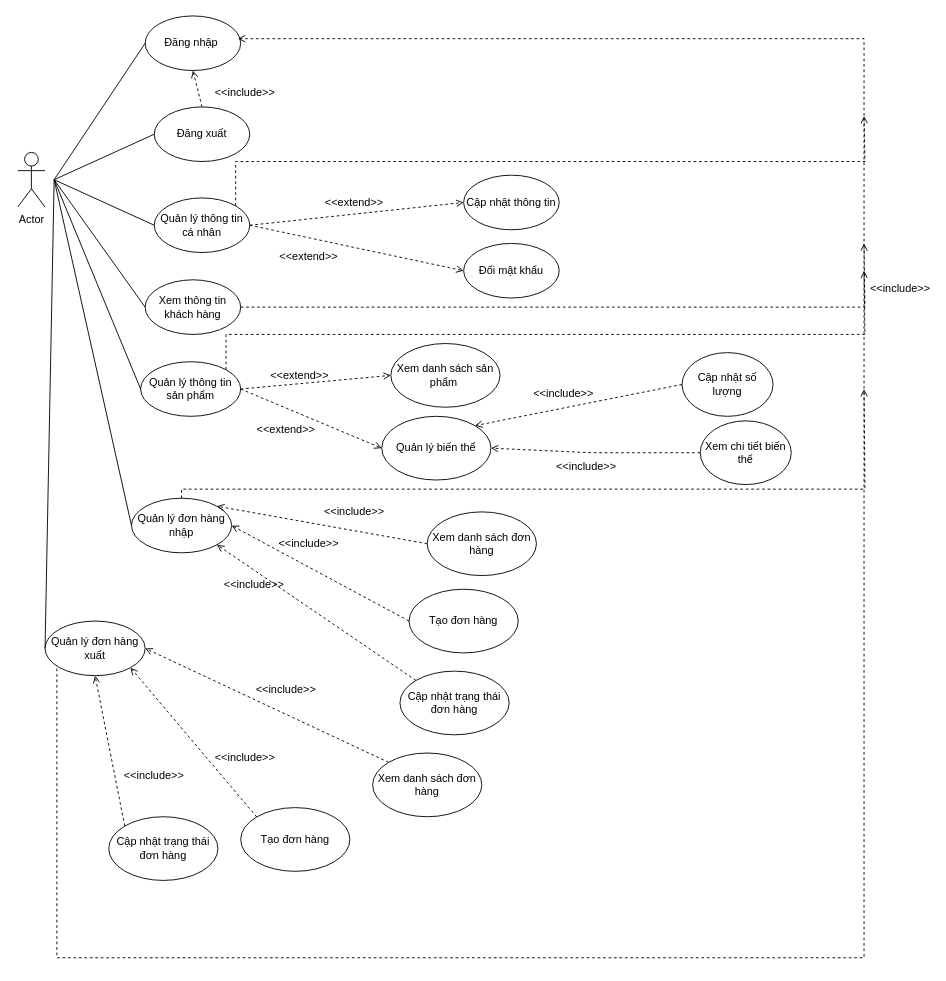
Before: page "Chức năng nhân viên" (8 of 21) of Diagram for assign.drawio in khanh8603/khanh8603, a draw.io diagram. Source tidied: cells renumbered, new cells numbered last; positions are measured from the earlier drawing's top-left corner, leaving out a move shared by most shapes. Both pictures are drawn from the tidied source at 91%, with x=0, y=0 at pixel (17, 15).
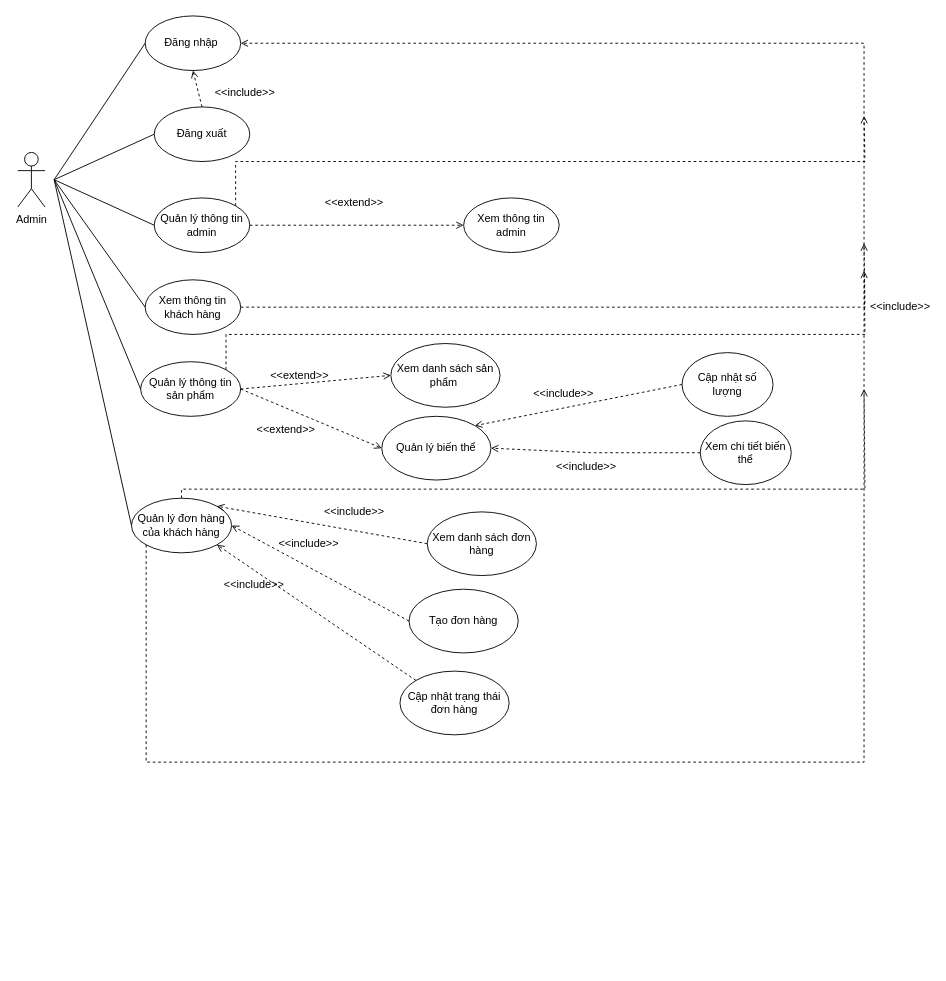
The same diagram, later.

Commit message (it also covers changes not shown here):
Cập nhật Diagram for assign.drawio

Unchanged cells that the change refers to:
```xml
<mxCell id="3" value="Đăng nhập&amp;nbsp;" style="ellipse;whiteSpace=wrap;html=1;" parent="1" vertex="1">
  <mxGeometry x="140" width="105" height="60" as="geometry" />
</mxCell>
```

Change to the diagram source:
```diff
@@
-    <mxCell id="2" value="Actor" style="shape=umlActor;verticalLabelPosition=bottom;verticalAlign=top;html=1;" parent="1" vertex="1">
+    <mxCell id="2" value="Admin" style="shape=umlActor;verticalLabelPosition=bottom;verticalAlign=top;html=1;" parent="1" vertex="1">
       <mxGeometry y="150" width="30" height="60" as="geometry" />
     </mxCell>
@@
-    <mxCell id="5" value="Quản lý thông tin cá nhân" style="ellipse;whiteSpace=wrap;html=1;" parent="1" vertex="1">
+    <mxCell id="5" value="Quản lý thông tin admin" style="ellipse;whiteSpace=wrap;html=1;" parent="1" vertex="1">
       <mxGeometry x="150" y="200" width="105" height="60" as="geometry" />
     </mxCell>
@@
-    <mxCell id="11" value="Quản lý đơn hàng nhập" style="ellipse;whiteSpace=wrap;html=1;" parent="1" vertex="1">
+    <mxCell id="11" value="Quản lý đơn hàng của khách hàng" style="ellipse;whiteSpace=wrap;html=1;" parent="1" vertex="1">
       <mxGeometry x="125" y="530" width="110" height="60" as="geometry" />
     </mxCell>
-    <mxCell id="12" style="edgeStyle=orthogonalEdgeStyle;rounded=0;orthogonalLoop=1;jettySize=auto;html=1;exitX=0;exitY=1;exitDx=0;exitDy=0;entryX=1;entryY=0.5;entryDx=0;entryDy=0;dashed=1;endArrow=open;endFill=0;" parent="1" edge="1">
+    <mxCell id="12" style="edgeStyle=orthogonalEdgeStyle;rounded=0;jettySize=auto;html=1;exitX=0;exitY=1;exitDx=0;exitDy=0;entryX=1;entryY=0.5;entryDx=0;entryDy=0;dashed=1;endArrow=open;endFill=0;" parent="1" edge="1" source="11" target="3">
       <mxGeometry relative="1" as="geometry">
-        <mxPoint x="43" y="711.2" as="sourcePoint" />
-        <mxPoint x="241.9" y="25" as="targetPoint" />
         <Array as="points">
-          <mxPoint x="43" y="1035" />
-          <mxPoint x="930" y="1035" />
-          <mxPoint x="930" y="25" />
+          <mxPoint x="141" y="820" />
+          <mxPoint x="930" y="820" />
+          <mxPoint x="930" y="30" />
         </Array>
       </mxGeometry>
     </mxCell>
-    <mxCell id="13" value="Quản lý đơn hàng xuất" style="ellipse;whiteSpace=wrap;html=1;" parent="1" vertex="1">
-      <mxGeometry x="30" y="665" width="110" height="60" as="geometry" />
-    </mxCell>
@@
-    <mxCell id="20" style="endArrow=none;html=1;rounded=0;exitX=0;exitY=0.5;exitDx=0;exitDy=0;" parent="1" edge="1" source="13">
-      <mxGeometry relative="1" as="geometry">
-        <mxPoint x="40" y="180" as="targetPoint" />
-      </mxGeometry>
-    </mxCell>
@@
-    <mxCell id="22" style="endArrow=open;html=1;rounded=0;exitX=1;exitY=0.5;exitDx=0;exitDy=0;entryX=0;entryY=0.5;entryDx=0;entryDy=0;dashed=1;endFill=0;" parent="1" edge="1" source="5" target="24">
-      <mxGeometry relative="1" as="geometry" />
-    </mxCell>
-    <mxCell id="23" value="Cập nhật thông tin" style="ellipse;whiteSpace=wrap;html=1;" parent="1" vertex="1">
-      <mxGeometry x="490" y="175" width="105" height="60" as="geometry" />
+    <mxCell id="23" value="Xem thông tin admin" style="ellipse;whiteSpace=wrap;html=1;" parent="1" vertex="1">
+      <mxGeometry x="490" y="200" width="105" height="60" as="geometry" />
     </mxCell>
-    <mxCell id="24" value="Đổi mật khẩu" style="ellipse;whiteSpace=wrap;html=1;" parent="1" vertex="1">
-      <mxGeometry x="490" y="250" width="105" height="60" as="geometry" />
-    </mxCell>
@@
-    <mxCell id="26" value="&amp;lt;&amp;lt;extend&amp;gt;&amp;gt;" style="text;html=1;strokeColor=none;fillColor=none;align=center;verticalAlign=middle;whiteSpace=wrap;rounded=0;" parent="1" vertex="1">
-      <mxGeometry x="290" y="250" width="60" height="30" as="geometry" />
-    </mxCell>
@@
-    <mxCell id="48" style="endArrow=open;html=1;rounded=0;exitX=0;exitY=0;exitDx=0;exitDy=0;dashed=1;entryX=1;entryY=0.5;entryDx=0;entryDy=0;endFill=0;" parent="1" edge="1" source="49" target="13">
-      <mxGeometry relative="1" as="geometry" />
-    </mxCell>
-    <mxCell id="49" value="Xem danh sách đơn hàng" style="ellipse;whiteSpace=wrap;html=1;" parent="1" vertex="1">
-      <mxGeometry x="390" y="810" width="120" height="70" as="geometry" />
-    </mxCell>
-    <mxCell id="50" value="Tạo đơn hàng" style="ellipse;whiteSpace=wrap;html=1;" parent="1" vertex="1">
-      <mxGeometry x="245" y="870" width="120" height="70" as="geometry" />
-    </mxCell>
-    <mxCell id="51" style="endArrow=open;html=1;rounded=0;dashed=1;exitX=0;exitY=0;exitDx=0;exitDy=0;endFill=0;entryX=1;entryY=1;entryDx=0;entryDy=0;" parent="1" edge="1" source="50" target="13">
-      <mxGeometry relative="1" as="geometry" />
-    </mxCell>
-    <mxCell id="52" value="&amp;lt;&amp;lt;include&amp;gt;&amp;gt;" style="text;html=1;strokeColor=none;fillColor=none;align=center;verticalAlign=middle;whiteSpace=wrap;rounded=0;" parent="1" vertex="1">
-      <mxGeometry x="220" y="800" width="60" height="30" as="geometry" />
-    </mxCell>
-    <mxCell id="53" value="Cập nhật trạng thái đơn hàng" style="ellipse;whiteSpace=wrap;html=1;" parent="1" vertex="1">
-      <mxGeometry x="100" y="880" width="120" height="70" as="geometry" />
-    </mxCell>
-    <mxCell id="54" style="endArrow=open;html=1;rounded=0;dashed=1;entryX=0.5;entryY=1;entryDx=0;entryDy=0;exitX=0;exitY=0;exitDx=0;exitDy=0;endFill=0;" parent="1" edge="1" source="53" target="13">
-      <mxGeometry relative="1" as="geometry" />
-    </mxCell>
-    <mxCell id="55" value="&amp;lt;&amp;lt;include&amp;gt;&amp;gt;" style="text;html=1;strokeColor=none;fillColor=none;align=center;verticalAlign=middle;whiteSpace=wrap;rounded=0;" parent="1" vertex="1">
-      <mxGeometry x="120" y="820" width="60" height="30" as="geometry" />
-    </mxCell>
-    <mxCell id="56" value="&amp;lt;&amp;lt;include&amp;gt;&amp;gt;" style="text;html=1;strokeColor=none;fillColor=none;align=center;verticalAlign=middle;whiteSpace=wrap;rounded=0;" parent="1" vertex="1">
-      <mxGeometry x="265" y="725" width="60" height="30" as="geometry" />
-    </mxCell>
     <mxCell id="57" value="&amp;lt;&amp;lt;include&amp;gt;&amp;gt;" style="text;html=1;strokeColor=none;fillColor=none;align=center;verticalAlign=middle;whiteSpace=wrap;rounded=0;" parent="1" vertex="1">
-      <mxGeometry x="940" y="285" width="60" height="30" as="geometry" />
+      <mxGeometry x="940" y="305" width="60" height="30" as="geometry" />
     </mxCell>
```
